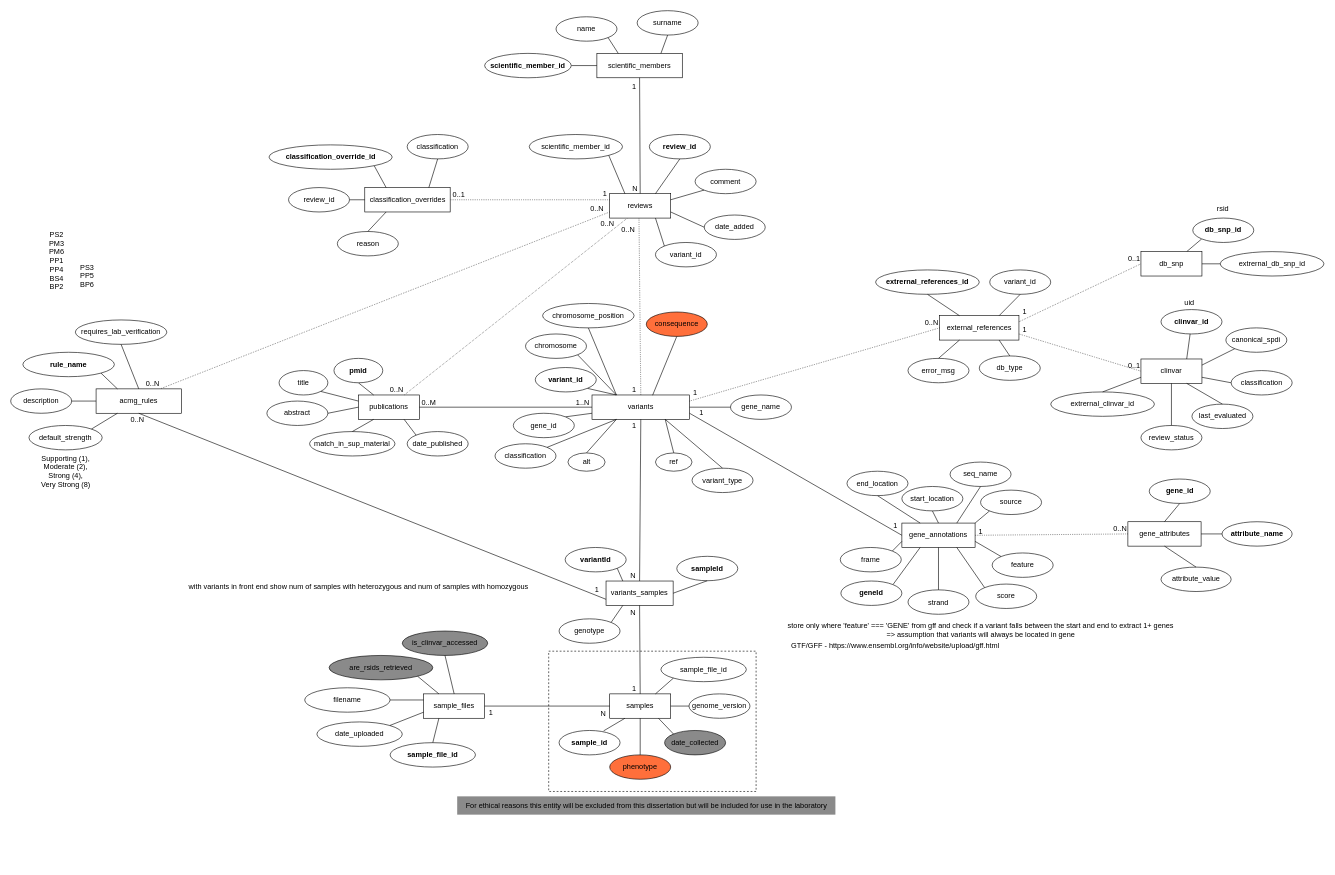
Before: page "Page-2" (2 of 2) of Flowcharts/ERD.drawio in estherspiteri/VUSVista, a draw.io diagram. Source tidied: cells renumbered, new cells numbered last; positions are measured from the earlier drawing's top-left corner, leaving out a move shared by most shapes. Both pictures are drawn from the tidied source at 61%, with x=0, y=0 at pixel (10, 10).
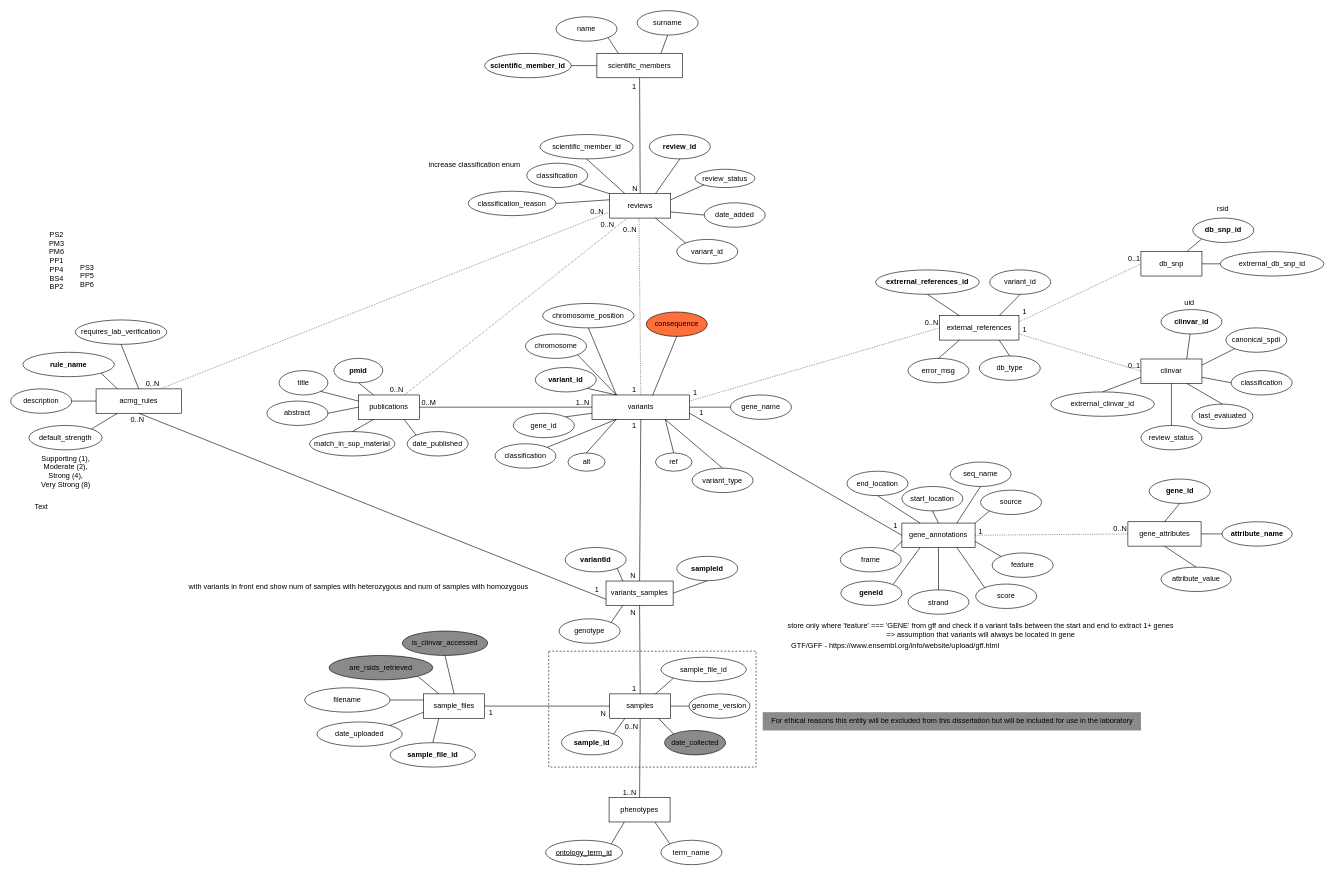
The same diagram, later.

Unchanged cells that the change refers to:
```xml
<mxCell id="88" value="samples" style="whiteSpace=wrap;html=1;align=center;" parent="1" vertex="1">
  <mxGeometry x="982" y="1120" width="100" height="40" as="geometry" />
</mxCell>
<mxCell id="174" value="reviews" style="whiteSpace=wrap;html=1;align=center;" parent="1" vertex="1">
  <mxGeometry x="982" y="300" width="100" height="40" as="geometry" />
</mxCell>
```

Change to the diagram source:
```diff
@@
     <mxCell id="2" style="rounded=0;whiteSpace=wrap;html=1;fillColor=none;dashed=1;" parent="1" vertex="1">
-      <mxGeometry x="882" y="1050" width="340" height="230" as="geometry" />
+      <mxGeometry x="882" y="1050" width="340" height="190" as="geometry" />
     </mxCell>
@@
-    <mxCell id="90" value="phenotype" style="ellipse;whiteSpace=wrap;html=1;align=center;fillColor=#FF6F3B;" parent="1" vertex="1">
-      <mxGeometry x="982" y="1220" width="100" height="40" as="geometry" />
-    </mxCell>
-    <mxCell id="91" style="endArrow=none;html=1;rounded=0;exitX=0.25;exitY=1;exitDx=0;exitDy=0;entryX=0.73;entryY=0.017;entryDx=0;entryDy=0;entryPerimeter=0;" parent="1" edge="1" source="88" target="154">
+    <mxCell id="91" style="endArrow=none;html=1;rounded=0;exitX=0.25;exitY=1;exitDx=0;exitDy=0;entryX=1;entryY=0;entryDx=0;entryDy=0;" parent="1" edge="1" source="88" target="154">
       <mxGeometry relative="1" as="geometry" />
     </mxCell>
-    <mxCell id="92" style="endArrow=none;html=1;rounded=0;exitX=0.5;exitY=1;exitDx=0;exitDy=0;entryX=0.5;entryY=0;entryDx=0;entryDy=0;" parent="1" edge="1" source="88" target="90">
-      <mxGeometry relative="1" as="geometry" />
-    </mxCell>
@@
     <mxCell id="103" value="0..N" style="text;html=1;align=center;verticalAlign=middle;strokeColor=none;fillColor=none;" parent="1" vertex="1">
-      <mxGeometry x="953" y="335" width="50" height="30" as="geometry" />
+      <mxGeometry x="953" y="336" width="50" height="30" as="geometry" />
     </mxCell>
@@
     <mxCell id="112" value="For ethical reasons this entity will be excluded from this dissertation but will be included for use in the laboratory" style="text;html=1;align=center;verticalAlign=middle;strokeColor=none;fillColor=#8A8A8A;" parent="1" vertex="1">
-      <mxGeometry x="732" y="1288" width="620" height="30" as="geometry" />
+      <mxGeometry x="1232.9" y="1150" width="620" height="30" as="geometry" />
     </mxCell>
@@
     <mxCell id="137" value="0..N" style="text;html=1;align=center;verticalAlign=middle;strokeColor=none;fillColor=none;" parent="1" vertex="1">
-      <mxGeometry x="936" y="310" width="50" height="30" as="geometry" />
+      <mxGeometry x="936" y="314" width="50" height="30" as="geometry" />
     </mxCell>
@@
     <mxCell id="154" value="&lt;b&gt;sample_id&lt;/b&gt;" style="ellipse;whiteSpace=wrap;html=1;align=center;" parent="1" vertex="1">
-      <mxGeometry x="899" y="1180" width="100" height="40" as="geometry" />
+      <mxGeometry x="903" y="1180" width="100" height="40" as="geometry" />
     </mxCell>
@@
     <mxCell id="176" value="date_added" style="ellipse;whiteSpace=wrap;html=1;align=center;" parent="1" vertex="1">
-      <mxGeometry x="1137" y="335" width="100" height="40" as="geometry" />
+      <mxGeometry x="1137" y="315" width="100" height="40" as="geometry" />
     </mxCell>
     <mxCell id="177" value="variant_id" style="ellipse;whiteSpace=wrap;html=1;align=center;" parent="1" vertex="1">
-      <mxGeometry x="1057" y="380" width="100" height="40" as="geometry" />
+      <mxGeometry x="1092" y="375" width="100" height="40" as="geometry" />
     </mxCell>
     <mxCell id="178" value="scientific_member_id" style="ellipse;whiteSpace=wrap;html=1;align=center;" parent="1" vertex="1">
-      <mxGeometry x="850.1" y="203" width="152.9" height="40" as="geometry" />
+      <mxGeometry x="867.6" y="203" width="152.9" height="40" as="geometry" />
     </mxCell>
-    <mxCell id="179" value="classification_overrides" style="whiteSpace=wrap;html=1;align=center;" parent="1" vertex="1">
-      <mxGeometry x="580.5" y="290" width="140" height="40" as="geometry" />
-    </mxCell>
-    <mxCell id="180" value="classification_override_id" style="ellipse;whiteSpace=wrap;html=1;align=center;fontStyle=1;" parent="1" vertex="1">
-      <mxGeometry x="423.5" y="220" width="202" height="40" as="geometry" />
-    </mxCell>
     <mxCell id="181" value="classification" style="ellipse;whiteSpace=wrap;html=1;align=center;" parent="1" vertex="1">
-      <mxGeometry x="650" y="203" width="100" height="40" as="geometry" />
+      <mxGeometry x="846" y="250" width="100" height="40" as="geometry" />
     </mxCell>
-    <mxCell id="182" style="endArrow=none;html=1;rounded=0;exitX=0.25;exitY=0;exitDx=0;exitDy=0;entryX=1;entryY=1;entryDx=0;entryDy=0;" parent="1" edge="1" source="179" target="180">
-      <mxGeometry relative="1" as="geometry" />
-    </mxCell>
-    <mxCell id="183" style="endArrow=none;html=1;rounded=0;exitX=0.5;exitY=1;exitDx=0;exitDy=0;entryX=0.75;entryY=0;entryDx=0;entryDy=0;" parent="1" edge="1" source="181" target="179">
+    <mxCell id="183" style="endArrow=none;html=1;rounded=0;exitX=1;exitY=1;exitDx=0;exitDy=0;entryX=0;entryY=0;entryDx=0;entryDy=0;" parent="1" edge="1" source="181" target="174">
       <mxGeometry relative="1" as="geometry" />
     </mxCell>
-    <mxCell id="184" value="reason" style="ellipse;whiteSpace=wrap;html=1;align=center;" parent="1" vertex="1">
-      <mxGeometry x="535.5" y="362" width="100" height="40" as="geometry" />
+    <mxCell id="184" value="classification_reason" style="ellipse;whiteSpace=wrap;html=1;align=center;" parent="1" vertex="1">
+      <mxGeometry x="750" y="296" width="144" height="40" as="geometry" />
     </mxCell>
-    <mxCell id="185" style="endArrow=none;html=1;rounded=0;exitX=0.5;exitY=0;exitDx=0;exitDy=0;entryX=0.25;entryY=1;entryDx=0;entryDy=0;" parent="1" edge="1" source="184" target="179">
+    <mxCell id="185" style="endArrow=none;html=1;rounded=0;exitX=1;exitY=0.5;exitDx=0;exitDy=0;entryX=0;entryY=0.25;entryDx=0;entryDy=0;" parent="1" edge="1" source="184" target="174">
       <mxGeometry relative="1" as="geometry" />
     </mxCell>
@@
-    <mxCell id="187" value="comment" style="ellipse;whiteSpace=wrap;html=1;align=center;" parent="1" vertex="1">
-      <mxGeometry x="1122" y="260" width="100" height="40" as="geometry" />
+    <mxCell id="187" value="review_status" style="ellipse;whiteSpace=wrap;html=1;align=center;" parent="1" vertex="1">
+      <mxGeometry x="1122" y="260" width="98" height="30" as="geometry" />
     </mxCell>
@@
-    <mxCell id="189" style="endArrow=none;html=1;rounded=0;exitX=0.25;exitY=0;exitDx=0;exitDy=0;entryX=1;entryY=1;entryDx=0;entryDy=0;" parent="1" edge="1" source="174" target="178">
+    <mxCell id="189" style="endArrow=none;html=1;rounded=0;exitX=0.25;exitY=0;exitDx=0;exitDy=0;entryX=0.5;entryY=1;entryDx=0;entryDy=0;" parent="1" edge="1" source="174" target="178">
       <mxGeometry relative="1" as="geometry" />
     </mxCell>
@@
-    <mxCell id="194" value="review_id" style="ellipse;whiteSpace=wrap;html=1;align=center;" parent="1" vertex="1">
-      <mxGeometry x="455.5" y="290" width="100" height="40" as="geometry" />
-    </mxCell>
-    <mxCell id="195" style="endArrow=none;html=1;rounded=0;exitX=0;exitY=0.5;exitDx=0;exitDy=0;entryX=1;entryY=0.5;entryDx=0;entryDy=0;" parent="1" edge="1" source="179" target="194">
-      <mxGeometry relative="1" as="geometry" />
-    </mxCell>
-    <mxCell id="196" style="endArrow=none;html=1;rounded=0;dashed=1;dashPattern=1 2;exitX=0;exitY=0.25;exitDx=0;exitDy=0;entryX=1;entryY=0.5;entryDx=0;entryDy=0;" parent="1" edge="1" source="174" target="179">
-      <mxGeometry relative="1" as="geometry" />
-    </mxCell>
-    <mxCell id="197" value="0..1" style="html=1;whiteSpace=wrap;align=right;verticalAlign=bottom;" parent="196" vertex="1">
-      <mxGeometry x="1" relative="1" as="geometry">
-        <mxPoint x="26" as="offset" />
-      </mxGeometry>
-    </mxCell>
-    <mxCell id="198" value="1" style="text;html=1;align=center;verticalAlign=middle;strokeColor=none;fillColor=none;" parent="1" vertex="1">
-      <mxGeometry x="959" y="286" width="30" height="30" as="geometry" />
-    </mxCell>
     <mxCell id="199" value="0..N" style="text;html=1;align=center;verticalAlign=middle;strokeColor=none;fillColor=none;" parent="1" vertex="1">
-      <mxGeometry x="987" y="345" width="50" height="30" as="geometry" />
+      <mxGeometry x="990" y="345" width="50" height="30" as="geometry" />
     </mxCell>
@@
+    <mxCell id="207" value="increase classification enum" style="text;html=1;align=center;verticalAlign=middle;strokeColor=none;fillColor=none;" parent="1" vertex="1">
+      <mxGeometry x="675" y="238" width="170" height="30" as="geometry" />
+    </mxCell>
+    <mxCell id="208" value="Text" style="text;html=1;align=center;verticalAlign=middle;strokeColor=none;fillColor=none;" parent="1" vertex="1">
+      <mxGeometry x="25" y="798" width="50" height="30" as="geometry" />
+    </mxCell>
+    <mxCell id="209" value="phenotypes" style="whiteSpace=wrap;html=1;align=center;" parent="1" vertex="1">
+      <mxGeometry x="981" y="1290" width="100" height="40" as="geometry" />
+    </mxCell>
+    <mxCell id="210" value="term_name" style="ellipse;whiteSpace=wrap;html=1;align=center;fillColor=#FFFFFF;" parent="1" vertex="1">
+      <mxGeometry x="1066" y="1360" width="100" height="40" as="geometry" />
+    </mxCell>
+    <mxCell id="211" value="&lt;u&gt;ontology_term_id&lt;/u&gt;" style="ellipse;whiteSpace=wrap;html=1;align=center;fillColor=#FFFFFF;" parent="1" vertex="1">
+      <mxGeometry x="877" y="1360" width="126" height="40" as="geometry" />
+    </mxCell>
+    <mxCell id="212" style="endArrow=none;html=1;rounded=0;entryX=0.5;entryY=0;entryDx=0;entryDy=0;exitX=0.5;exitY=1;exitDx=0;exitDy=0;" parent="1" edge="1" source="88" target="209">
+      <mxGeometry relative="1" as="geometry" />
+    </mxCell>
+    <mxCell id="213" value="1..N" style="html=1;whiteSpace=wrap;align=right;verticalAlign=bottom;" parent="212" vertex="1">
+      <mxGeometry x="1" relative="1" as="geometry">
+        <mxPoint x="-4" as="offset" />
+      </mxGeometry>
+    </mxCell>
+    <mxCell id="214" style="endArrow=none;html=1;rounded=0;exitX=0.25;exitY=1;exitDx=0;exitDy=0;entryX=1;entryY=0;entryDx=0;entryDy=0;" parent="1" edge="1" source="209" target="211">
+      <mxGeometry relative="1" as="geometry" />
+    </mxCell>
+    <mxCell id="215" style="endArrow=none;html=1;rounded=0;entryX=0;entryY=0;entryDx=0;entryDy=0;exitX=0.75;exitY=1;exitDx=0;exitDy=0;" parent="1" edge="1" source="209" target="210">
+      <mxGeometry relative="1" as="geometry" />
+    </mxCell>
+    <mxCell id="216" value="&lt;span style=&quot;color: rgb(0, 0, 0); font-family: Helvetica; font-size: 12px; font-style: normal; font-variant-ligatures: normal; font-variant-caps: normal; font-weight: 400; letter-spacing: normal; orphans: 2; text-align: right; text-indent: 0px; text-transform: none; widows: 2; word-spacing: 0px; -webkit-text-stroke-width: 0px; background-color: rgb(251, 251, 251); text-decoration-thickness: initial; text-decoration-style: initial; text-decoration-color: initial; float: none; display: inline !important;&quot;&gt;0..N&lt;/span&gt;" style="text;whiteSpace=wrap;html=1;" parent="1" vertex="1">
+      <mxGeometry x="1005" y="1160" width="30" height="30" as="geometry" />
+    </mxCell>
```
